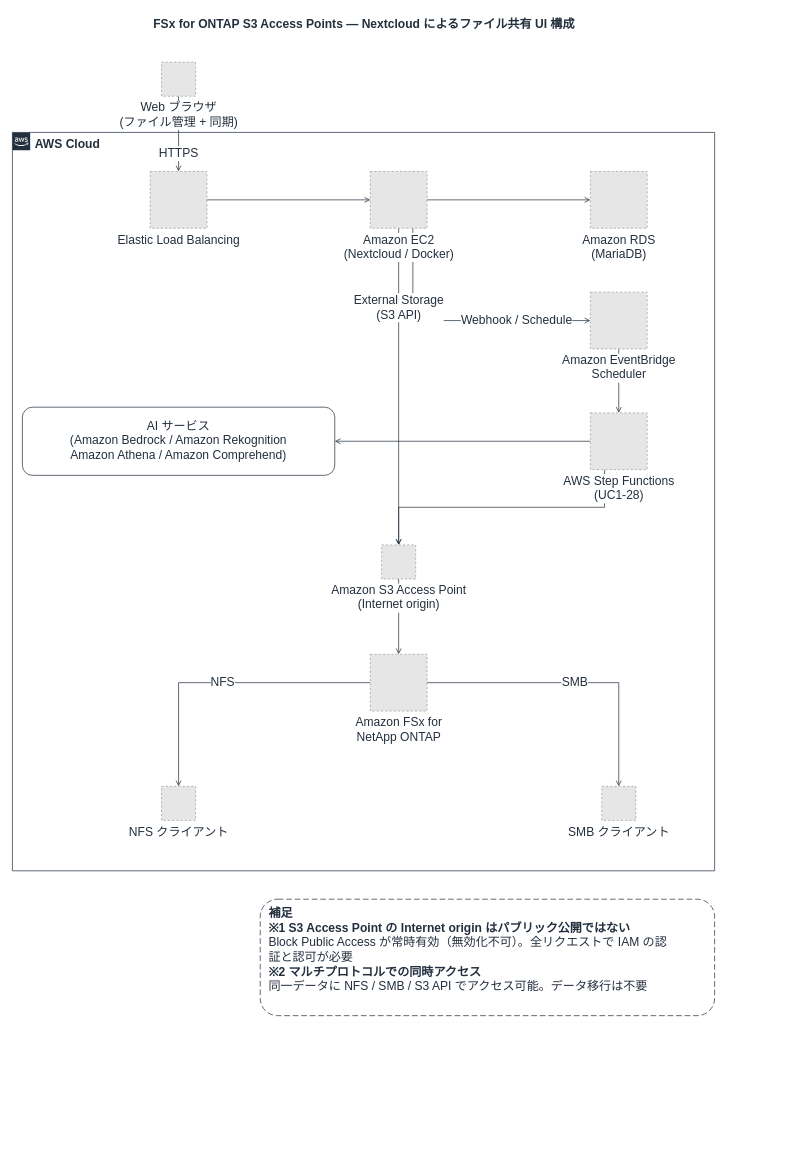
The draw.io diagram docs/diagrams/nextcloud-external-storage.drawio in Yoshiki0705/FSx-for-ONTAP-S3AccessPoints-Serverless-Patterns, before the edit. Source tidied: cells renumbered, new cells numbered last; positions are measured from the earlier drawing's top-left corner, leaving out a move shared by most shapes. Both pictures are drawn from the tidied source at 71%, with x=0, y=0 at pixel (12, 12). Pictures stored in the file or linked from it are replaced by grey dashed boxes.
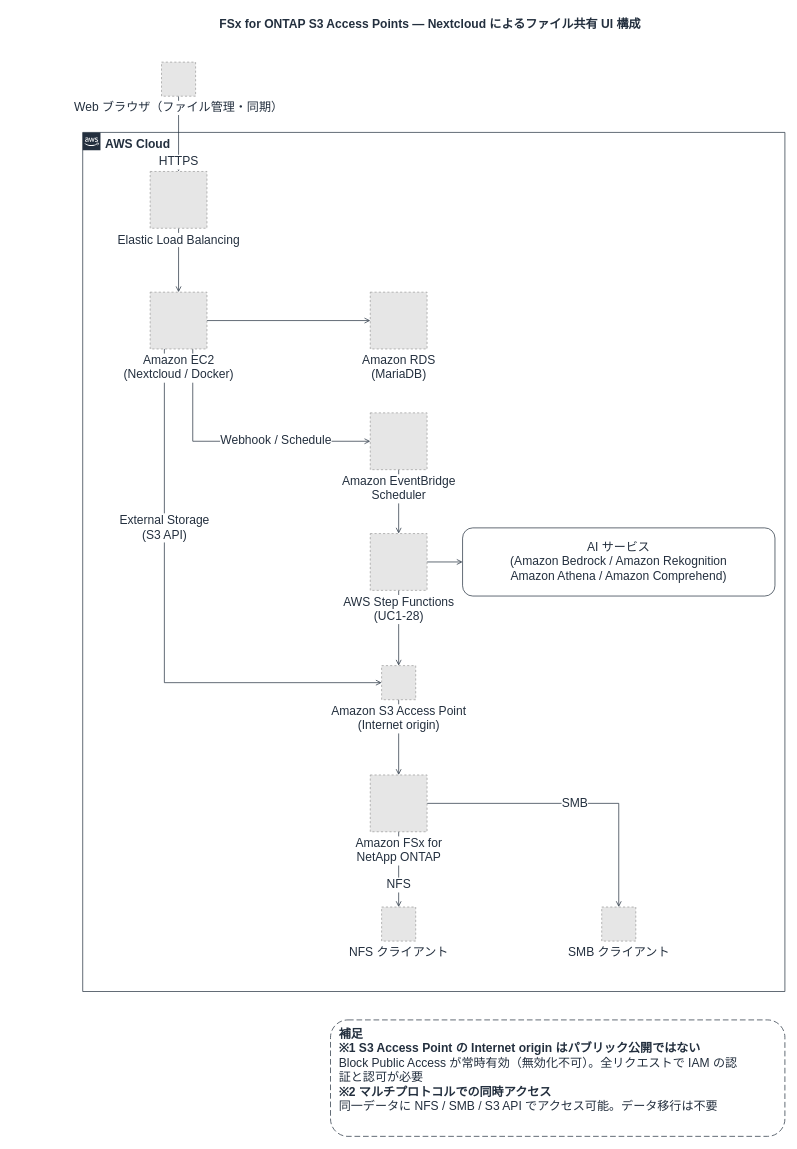
After the change.

The change refers to these unchanged cells:
```xml
<mxCell id="17" value="Elastic Load Balancing" style="fillColor=#E6E6E6;strokeColor=#999999;dashed=1;html=1;verticalLabelPosition=bottom;verticalAlign=top;labelPosition=center;align=center;fontSize=17;fontColor=#232F3E;labelBackgroundColor=#FFFFFF;" parent="1" vertex="1">
  <mxGeometry x="194" y="224" width="80" height="80" as="geometry" />
</mxCell>
```

Change to the diagram source:
```diff
@@
     <mxCell id="2" value="FSx for ONTAP S3 Access Points — Nextcloud によるファイル共有 UI 構成" style="text;html=1;align=center;verticalAlign=middle;fontSize=17;fontStyle=1;fontColor=#232F3E;" parent="1" vertex="1">
-      <mxGeometry width="989" height="34" as="geometry" />
+      <mxGeometry x="88" width="1000" height="34" as="geometry" />
     </mxCell>
-    <mxCell id="3" value="AWS Cloud" style="gradientColor=none;html=1;whiteSpace=wrap;fontSize=17;fontStyle=1;shape=mxgraph.aws4.group;grIcon=mxgraph.aws4.group_aws_cloud_alt;strokeColor=#232F3E;fillColor=none;verticalAlign=top;align=left;spacingLeft=30;fontColor=#232F3E;dashed=0;" parent="1" vertex="1">
-      <mxGeometry y="169" width="989" height="1040" as="geometry" />
-    </mxCell>
     <mxCell id="4" value="HTTPS" style="edgeStyle=orthogonalEdgeStyle;rounded=0;jettySize=auto;html=1;endArrow=open;endFill=0;strokeColor=#232F3E;strokeWidth=1;fontSize=17;fontColor=#232F3E;labelBackgroundColor=#ffffff;" parent="1" edge="1" source="15" target="17">
       <mxGeometry relative="1" as="geometry">
-        <mxPoint y="28" as="offset" />
+        <mxPoint y="40" as="offset" />
       </mxGeometry>
     </mxCell>
@@
     <mxCell id="7" value="Webhook / Schedule" style="edgeStyle=orthogonalEdgeStyle;rounded=0;jettySize=auto;html=1;endArrow=open;endFill=0;strokeColor=#232F3E;strokeWidth=1;fontSize=17;fontColor=#232F3E;labelBackgroundColor=#ffffff;exitX=0.75;exitY=1;exitDx=0;exitDy=0;entryX=0;entryY=0.5;entryDx=0;entryDy=0;" parent="1" edge="1" source="18" target="19">
-      <mxGeometry x="0.45" relative="1" as="geometry" />
+      <mxGeometry x="0.3" relative="1" as="geometry" />
     </mxCell>
@@
-    <mxCell id="10" style="edgeStyle=orthogonalEdgeStyle;rounded=0;jettySize=auto;html=1;endArrow=open;endFill=0;strokeColor=#232F3E;strokeWidth=1;fontSize=17;fontColor=#232F3E;labelBackgroundColor=#ffffff;exitX=0.25;exitY=1;exitDx=0;exitDy=0;" parent="1" edge="1" source="21" target="22">
+    <mxCell id="10" style="edgeStyle=orthogonalEdgeStyle;rounded=0;jettySize=auto;html=1;endArrow=open;endFill=0;strokeColor=#232F3E;strokeWidth=1;fontSize=17;fontColor=#232F3E;labelBackgroundColor=#ffffff;" parent="1" edge="1" source="21" target="22">
       <mxGeometry relative="1" as="geometry" />
     </mxCell>
-    <mxCell id="11" value="External Storage&lt;br&gt;(S3 API)" style="edgeStyle=orthogonalEdgeStyle;rounded=0;jettySize=auto;html=1;endArrow=open;endFill=0;strokeColor=#232F3E;strokeWidth=1;fontSize=17;fontColor=#232F3E;labelBackgroundColor=#ffffff;" parent="1" edge="1" source="18" target="22">
-      <mxGeometry x="-0.5" relative="1" as="geometry" />
+    <mxCell id="11" value="External Storage&lt;br&gt;(S3 API)" style="edgeStyle=orthogonalEdgeStyle;rounded=0;jettySize=auto;html=1;endArrow=open;endFill=0;strokeColor=#232F3E;strokeWidth=1;fontSize=17;fontColor=#232F3E;labelBackgroundColor=#ffffff;exitX=0.25;exitY=1;exitDx=0;exitDy=0;entryX=0;entryY=0.5;entryDx=0;entryDy=0;" parent="1" edge="1" source="18" target="22">
+      <mxGeometry x="-0.35" relative="1" as="geometry" />
     </mxCell>
@@
     <mxCell id="13" value="NFS" style="edgeStyle=orthogonalEdgeStyle;rounded=0;jettySize=auto;html=1;endArrow=open;endFill=0;strokeColor=#232F3E;strokeWidth=1;fontSize=17;fontColor=#232F3E;labelBackgroundColor=#ffffff;" parent="1" edge="1" source="23" target="24">
-      <mxGeometry relative="1" as="geometry" />
+      <mxGeometry relative="1" as="geometry">
+        <mxPoint y="22" as="offset" />
+      </mxGeometry>
     </mxCell>
@@
+    <mxCell id="3" value="AWS Cloud" style="gradientColor=none;html=1;whiteSpace=wrap;fontSize=17;fontStyle=1;shape=mxgraph.aws4.group;grIcon=mxgraph.aws4.group_aws_cloud_alt;strokeColor=#232F3E;fillColor=none;verticalAlign=top;align=left;spacingLeft=30;fontColor=#232F3E;dashed=0;labelBackgroundColor=#FFFFFF;" parent="1" vertex="1">
+      <mxGeometry x="99" y="169" width="989" height="1210" as="geometry" />
+    </mxCell>
-    <mxCell id="15" value="Web ブラウザ&lt;br&gt;(ファイル管理 + 同期)" style="fillColor=#E6E6E6;strokeColor=#999999;dashed=1;html=1;verticalLabelPosition=bottom;verticalAlign=top;labelPosition=center;align=center;fontSize=17;fontColor=#232F3E;labelBackgroundColor=#FFFFFF;" parent="1" vertex="1">
+    <mxCell id="15" value="Web ブラウザ（ファイル管理・同期）" style="fillColor=#E6E6E6;strokeColor=#999999;dashed=1;html=1;verticalLabelPosition=bottom;verticalAlign=top;labelPosition=center;align=center;fontSize=17;fontColor=#232F3E;labelBackgroundColor=#FFFFFF;" parent="1" vertex="1">
       <mxGeometry x="210" y="70" width="48" height="48" as="geometry" />
     </mxCell>
-    <mxCell id="16" value="Amazon RDS&lt;br&gt;(MariaDB)" style="fillColor=#E6E6E6;strokeColor=#999999;dashed=1;html=1;verticalLabelPosition=bottom;verticalAlign=top;labelPosition=center;align=center;fontSize=17;fontColor=#232F3E;labelBackgroundColor=#FFFFFF;" parent="1" vertex="1">
-      <mxGeometry x="814" y="224" width="80" height="80" as="geometry" />
-    </mxCell>
@@
     <mxCell id="18" value="Amazon EC2&lt;br&gt;(Nextcloud / Docker)" style="fillColor=#E6E6E6;strokeColor=#999999;dashed=1;html=1;verticalLabelPosition=bottom;verticalAlign=top;labelPosition=center;align=center;fontSize=17;fontColor=#232F3E;labelBackgroundColor=#FFFFFF;" parent="1" vertex="1">
-      <mxGeometry x="504" y="224" width="80" height="80" as="geometry" />
+      <mxGeometry x="194" y="394" width="80" height="80" as="geometry" />
     </mxCell>
+    <mxCell id="16" value="Amazon RDS&lt;br&gt;(MariaDB)" style="fillColor=#E6E6E6;strokeColor=#999999;dashed=1;html=1;verticalLabelPosition=bottom;verticalAlign=top;labelPosition=center;align=center;fontSize=17;fontColor=#232F3E;labelBackgroundColor=#FFFFFF;" parent="1" vertex="1">
+      <mxGeometry x="504" y="394" width="80" height="80" as="geometry" />
+    </mxCell>
     <mxCell id="19" value="Amazon EventBridge&lt;br&gt;Scheduler" style="fillColor=#E6E6E6;strokeColor=#999999;dashed=1;html=1;verticalLabelPosition=bottom;verticalAlign=top;labelPosition=center;align=center;fontSize=17;fontColor=#232F3E;labelBackgroundColor=#FFFFFF;" parent="1" vertex="1">
-      <mxGeometry x="814" y="394" width="80" height="80" as="geometry" />
+      <mxGeometry x="504" y="564" width="80" height="80" as="geometry" />
     </mxCell>
+    <mxCell id="21" value="AWS Step Functions&lt;br&gt;(UC1-28)" style="fillColor=#E6E6E6;strokeColor=#999999;dashed=1;html=1;verticalLabelPosition=bottom;verticalAlign=top;labelPosition=center;align=center;fontSize=17;fontColor=#232F3E;labelBackgroundColor=#FFFFFF;" parent="1" vertex="1">
+      <mxGeometry x="504" y="734" width="80" height="80" as="geometry" />
+    </mxCell>
     <mxCell id="20" value="AI サービス&lt;br&gt;(Amazon Bedrock / Amazon Rekognition&lt;br&gt;Amazon Athena / Amazon Comprehend)" style="rounded=1;whiteSpace=wrap;html=1;dashed=0;strokeColor=#232F3E;fillColor=#FFFFFF;align=center;verticalAlign=middle;fontSize=17;fontColor=#232F3E;" parent="1" vertex="1">
-      <mxGeometry x="14" y="556" width="440" height="96" as="geometry" />
+      <mxGeometry x="634" y="726" width="440" height="96" as="geometry" />
     </mxCell>
-    <mxCell id="21" value="AWS Step Functions&lt;br&gt;(UC1-28)" style="fillColor=#E6E6E6;strokeColor=#999999;dashed=1;html=1;verticalLabelPosition=bottom;verticalAlign=top;labelPosition=center;align=center;fontSize=17;fontColor=#232F3E;labelBackgroundColor=#FFFFFF;" parent="1" vertex="1">
-      <mxGeometry x="814" y="564" width="80" height="80" as="geometry" />
-    </mxCell>
     <mxCell id="22" value="Amazon S3 Access Point&lt;br&gt;(Internet origin)" style="fillColor=#E6E6E6;strokeColor=#999999;dashed=1;html=1;verticalLabelPosition=bottom;verticalAlign=top;labelPosition=center;align=center;fontSize=17;fontColor=#232F3E;labelBackgroundColor=#FFFFFF;" parent="1" vertex="1">
-      <mxGeometry x="520" y="750" width="48" height="48" as="geometry" />
+      <mxGeometry x="520" y="920" width="48" height="48" as="geometry" />
     </mxCell>
     <mxCell id="23" value="Amazon FSx for&lt;br&gt;NetApp ONTAP" style="fillColor=#E6E6E6;strokeColor=#999999;dashed=1;html=1;verticalLabelPosition=bottom;verticalAlign=top;labelPosition=center;align=center;fontSize=17;fontColor=#232F3E;labelBackgroundColor=#FFFFFF;" parent="1" vertex="1">
-      <mxGeometry x="504" y="904" width="80" height="80" as="geometry" />
+      <mxGeometry x="504" y="1074" width="80" height="80" as="geometry" />
     </mxCell>
     <mxCell id="24" value="NFS クライアント" style="fillColor=#E6E6E6;strokeColor=#999999;dashed=1;html=1;verticalLabelPosition=bottom;verticalAlign=top;labelPosition=center;align=center;fontSize=17;fontColor=#232F3E;labelBackgroundColor=#FFFFFF;" parent="1" vertex="1">
-      <mxGeometry x="210" y="1090" width="48" height="48" as="geometry" />
+      <mxGeometry x="520" y="1260" width="48" height="48" as="geometry" />
     </mxCell>
     <mxCell id="25" value="SMB クライアント" style="fillColor=#E6E6E6;strokeColor=#999999;dashed=1;html=1;verticalLabelPosition=bottom;verticalAlign=top;labelPosition=center;align=center;fontSize=17;fontColor=#232F3E;labelBackgroundColor=#FFFFFF;" parent="1" vertex="1">
-      <mxGeometry x="830" y="1090" width="48" height="48" as="geometry" />
+      <mxGeometry x="830" y="1260" width="48" height="48" as="geometry" />
     </mxCell>
     <mxCell id="26" value="&lt;b&gt;補足&lt;/b&gt;&lt;br&gt;&lt;b&gt;※1 S3 Access Point の Internet origin はパブリック公開ではない&lt;/b&gt;&lt;br&gt;Block Public Access が常時有効（無効化不可）。全リクエストで IAM の認&lt;br&gt;証と認可が必要&lt;br&gt;&lt;b&gt;※2 マルチプロトコルでの同時アクセス&lt;/b&gt;&lt;br&gt;同一データに NFS / SMB / S3 API でアクセス可能。データ移行は不要" style="rounded=1;whiteSpace=wrap;html=1;dashed=1;dashPattern=8 4;strokeColor=#232F3E;fillColor=#FFFFFF;align=left;verticalAlign=top;spacingLeft=10;spacingTop=4;fontSize=17;fontColor=#232F3E;" parent="1" vertex="1">
-      <mxGeometry x="349" y="1249" width="640" height="164" as="geometry" />
+      <mxGeometry x="448" y="1419" width="640" height="164" as="geometry" />
     </mxCell>
```
